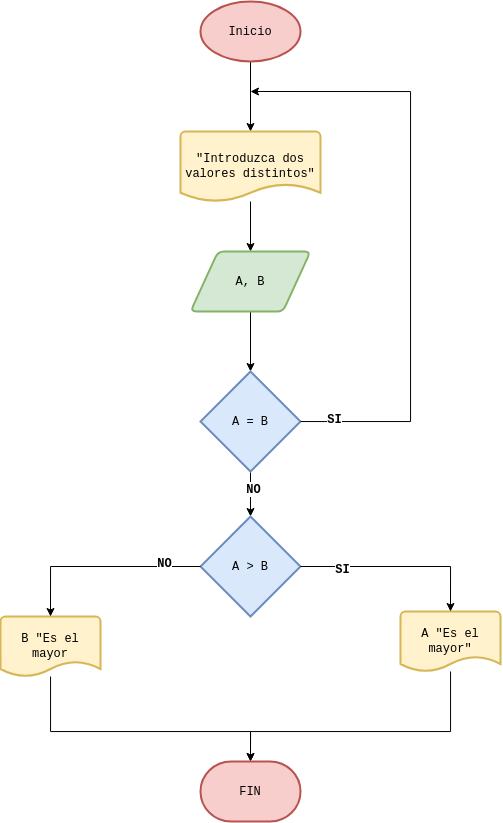
The draw.io diagram Unidad-1/images/diagrama-flujo.drawio.png in rabgonzalez/PRO-1DAM, before a commit. Source tidied: cells renumbered, new cells last; positions are measured from the earlier drawing's top-left corner, leaving out a move shared by most shapes.
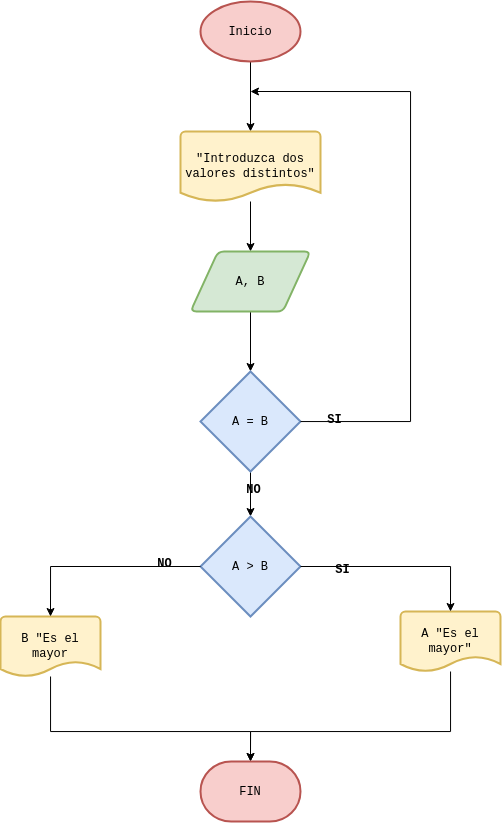
After the change.

The edit, as a diff of the source:
```diff
@@ -23,7 +23,7 @@
     <mxCell id="8" style="edgeStyle=orthogonalEdgeStyle;rounded=0;jettySize=auto;html=1;fontFamily=Courier New;" parent="1" edge="1" source="10" target="13">
       <mxGeometry relative="1" as="geometry" />
     </mxCell>
-    <mxCell id="9" value="NO" style="edgeLabel;html=1;align=center;verticalAlign=middle;fontStyle=1;fontSize=12;fontFamily=Courier New;" parent="8" vertex="1">
+    <mxCell id="9" value="NO" style="edgeLabel;html=1;align=center;verticalAlign=middle;fontStyle=1;fontSize=12;fontFamily=Courier New;labelBackgroundColor=none;" parent="8" vertex="1">
       <mxGeometry x="-0.2" y="2" relative="1" as="geometry" />
     </mxCell>
     <mxCell id="10" value="A = B" style="strokeWidth=2;html=1;shape=mxgraph.flowchart.decision;whiteSpace=wrap;fillColor=#dae8fc;strokeColor=#6c8ebf;fontFamily=Courier New;" parent="1" vertex="1">
@@ -38,7 +38,7 @@
         </Array>
       </mxGeometry>
     </mxCell>
-    <mxCell id="12" value="SI" style="edgeLabel;html=1;align=center;verticalAlign=middle;fontStyle=1;fontSize=12;fontFamily=Courier New;" parent="11" vertex="1">
+    <mxCell id="12" value="SI" style="edgeLabel;html=1;align=center;verticalAlign=middle;fontStyle=1;fontSize=12;fontFamily=Courier New;labelBackgroundColor=none;" parent="11" vertex="1">
       <mxGeometry x="-0.89" y="3" relative="1" as="geometry" />
     </mxCell>
     <mxCell id="13" value="A &amp;gt; B" style="strokeWidth=2;html=1;shape=mxgraph.flowchart.decision;whiteSpace=wrap;fillColor=#dae8fc;strokeColor=#6c8ebf;fontFamily=Courier New;" parent="1" vertex="1">
@@ -53,13 +53,13 @@
     <mxCell id="16" style="edgeStyle=orthogonalEdgeStyle;rounded=0;jettySize=auto;html=1;entryX=0.5;entryY=0;entryDx=0;entryDy=0;entryPerimeter=0;fontFamily=Courier New;" parent="1" edge="1" source="13" target="14">
       <mxGeometry relative="1" as="geometry" />
     </mxCell>
-    <mxCell id="17" value="SI" style="edgeLabel;html=1;align=center;verticalAlign=middle;labelBackgroundColor=default;fontStyle=1;fontSize=12;fontFamily=Courier New;" parent="16" vertex="1">
+    <mxCell id="17" value="SI" style="edgeLabel;html=1;align=center;verticalAlign=middle;labelBackgroundColor=none;fontStyle=1;fontSize=12;fontFamily=Courier New;" parent="16" vertex="1">
       <mxGeometry x="-0.58" y="-2" relative="1" as="geometry" />
     </mxCell>
     <mxCell id="18" style="edgeStyle=orthogonalEdgeStyle;rounded=0;jettySize=auto;html=1;entryX=0.5;entryY=0;entryDx=0;entryDy=0;entryPerimeter=0;fontFamily=Courier New;" parent="1" edge="1" source="13" target="15">
       <mxGeometry relative="1" as="geometry" />
     </mxCell>
-    <mxCell id="19" value="NO" style="edgeLabel;html=1;align=center;verticalAlign=middle;fontStyle=1;fontSize=12;fontFamily=Courier New;" parent="18" vertex="1">
+    <mxCell id="19" value="NO" style="edgeLabel;html=1;align=center;verticalAlign=middle;fontStyle=1;fontSize=12;fontFamily=Courier New;labelBackgroundColor=none;" parent="18" vertex="1">
       <mxGeometry x="-0.64" y="-4" relative="1" as="geometry" />
     </mxCell>
     <mxCell id="20" style="edgeStyle=orthogonalEdgeStyle;rounded=0;jettySize=auto;html=1;entryX=0.5;entryY=0;entryDx=0;entryDy=0;entryPerimeter=0;fontFamily=Courier New;" parent="1" edge="1" source="15">
```
